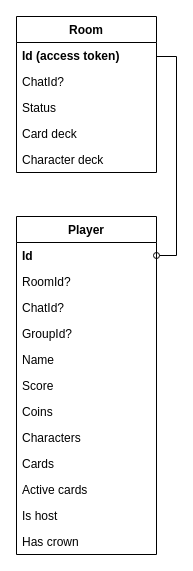
Before: docs/ER diagram.drawio in AntonArtomovNM/KCAA, a draw.io diagram. Source tidied: cells renumbered, new cells numbered last; positions are measured from the earlier drawing's top-left corner, leaving out a move shared by most shapes. Both pictures are drawn from the tidied source at 100%, with x=0, y=0 at pixel (16, 16).
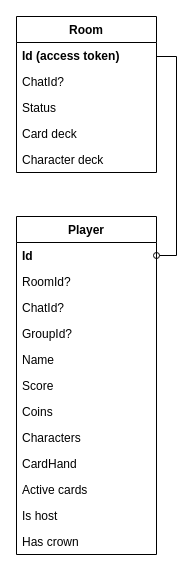
The same diagram, later.

The change refers to these unchanged cells:
```xml
<mxCell id="2" value="Player" style="swimlane;fontStyle=1;horizontal=1;startSize=26;" parent="1" vertex="1">
  <mxGeometry y="200" width="140" height="338" as="geometry" />
</mxCell>
```

The edit, as a diff of the source:
```diff
@@
-    <mxCell id="11" value="Cards" style="text;strokeColor=none;fillColor=none;align=left;verticalAlign=top;spacingLeft=4;spacingRight=4;overflow=hidden;" parent="2" vertex="1">
+    <mxCell id="11" value="CardHand" style="text;strokeColor=none;fillColor=none;align=left;verticalAlign=top;spacingLeft=4;spacingRight=4;overflow=hidden;" parent="2" vertex="1">
       <mxGeometry y="234" width="140" height="26" as="geometry" />
     </mxCell>
```
